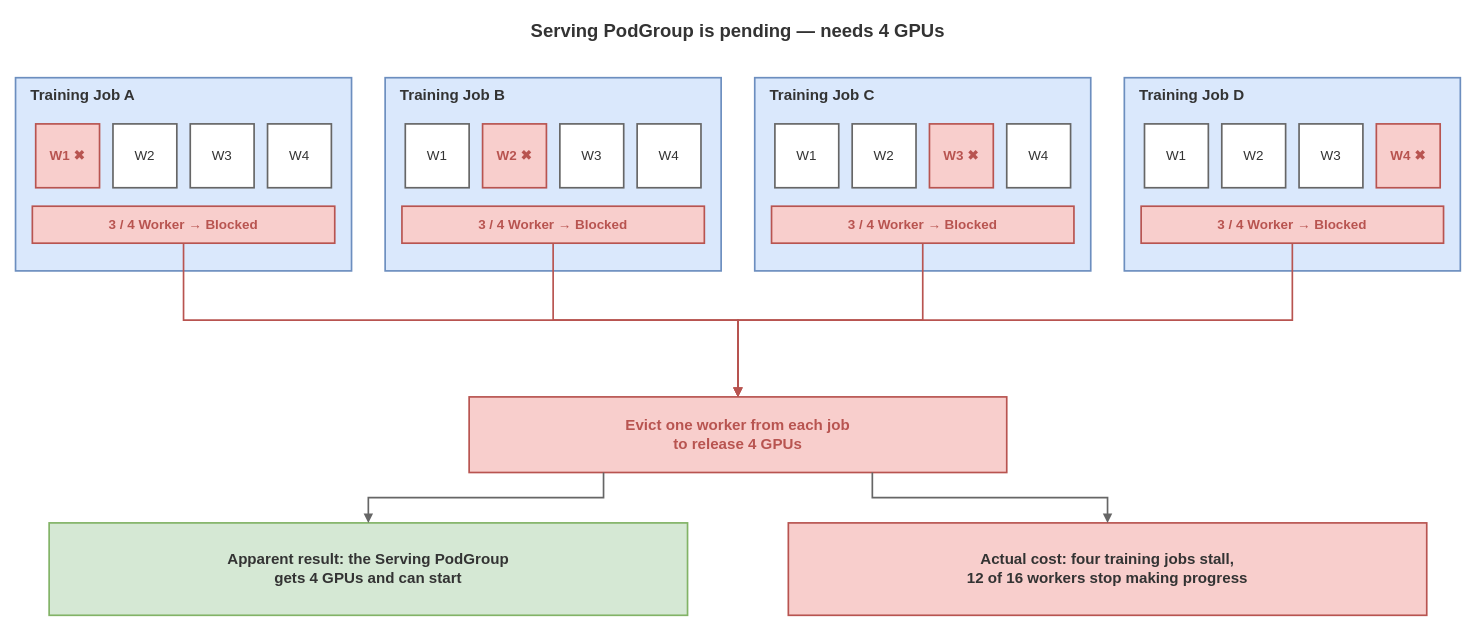
The draw.io diagram docs/images/kubecon-china-2026/slide-10-pod-level-eviction-failure.drawio in JesseStutler/volcano, before the edit. Source tidied: cells renumbered, new cells numbered last; positions are measured from the earlier drawing's top-left corner, leaving out a move shared by most shapes. Both pictures are drawn from the tidied source at 84%, with x=0, y=0 at pixel (15, 14).
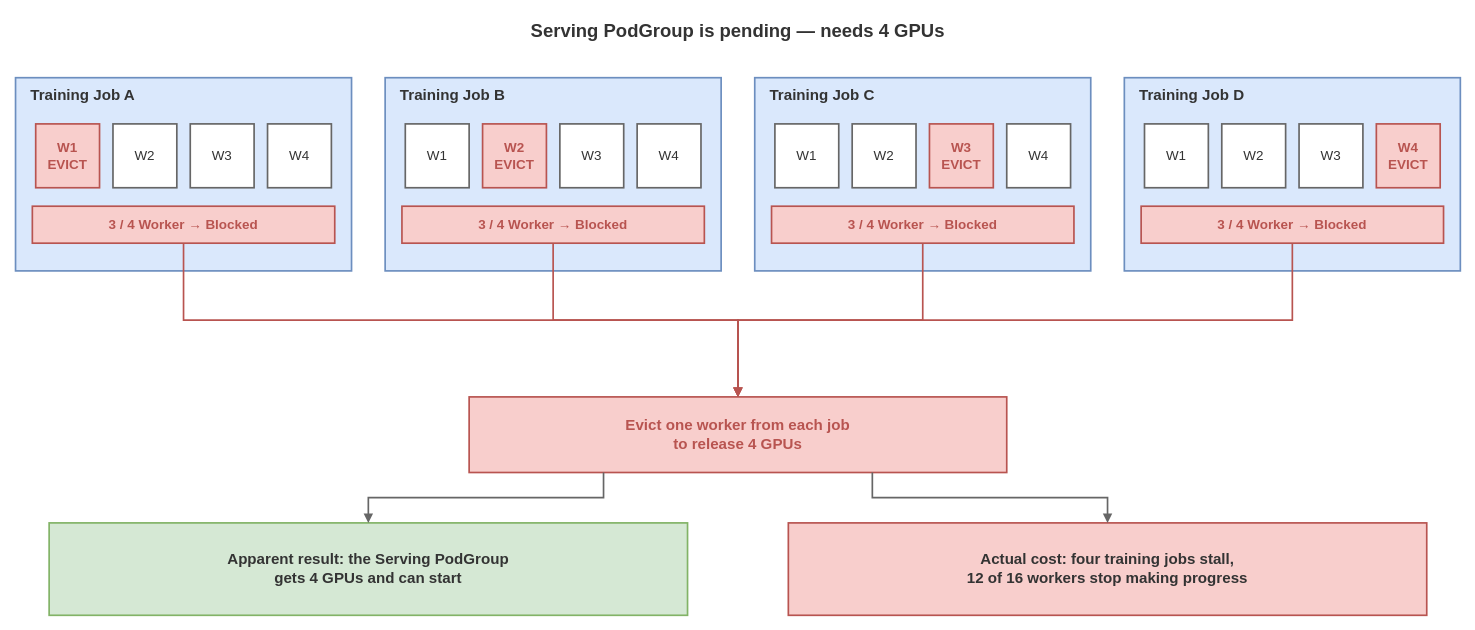
After the change.

Change to the diagram source:
```diff
@@
-    <mxCell id="5" value="W1 ✖" style="rounded=0;whiteSpace=wrap;html=1;fillColor=#f8cecc;strokeColor=#b85450;strokeWidth=2;fontFamily=Helvetica;fontSize=16;align=center;verticalAlign=middle;fontColor=#b85450;fontStyle=1;" parent="1" vertex="1">
+    <mxCell id="5" value="&lt;b&gt;W1&lt;/b&gt;&lt;br&gt;&lt;font color=&quot;#b85450&quot;&gt;EVICT&lt;/font&gt;" style="rounded=0;whiteSpace=wrap;html=1;fillColor=#f8cecc;strokeColor=#b85450;strokeWidth=2;fontFamily=Helvetica;fontSize=16;align=center;verticalAlign=middle;fontColor=#b85450;fontStyle=1;" parent="1" vertex="1">
       <mxGeometry x="24" y="130" width="76" height="76" as="geometry" />
     </mxCell>
@@
-    <mxCell id="13" value="W2 ✖" style="rounded=0;whiteSpace=wrap;html=1;fillColor=#f8cecc;strokeColor=#b85450;strokeWidth=2;fontFamily=Helvetica;fontSize=16;align=center;verticalAlign=middle;fontColor=#b85450;fontStyle=1;" parent="1" vertex="1">
+    <mxCell id="13" value="&lt;b&gt;W2&lt;/b&gt;&lt;br&gt;&lt;font color=&quot;#b85450&quot;&gt;EVICT&lt;/font&gt;" style="rounded=0;whiteSpace=wrap;html=1;fillColor=#f8cecc;strokeColor=#b85450;strokeWidth=2;fontFamily=Helvetica;fontSize=16;align=center;verticalAlign=middle;fontColor=#b85450;fontStyle=1;" parent="1" vertex="1">
       <mxGeometry x="556" y="130" width="76" height="76" as="geometry" />
     </mxCell>
@@
-    <mxCell id="21" value="W3 ✖" style="rounded=0;whiteSpace=wrap;html=1;fillColor=#f8cecc;strokeColor=#b85450;strokeWidth=2;fontFamily=Helvetica;fontSize=16;align=center;verticalAlign=middle;fontColor=#b85450;fontStyle=1;" parent="1" vertex="1">
+    <mxCell id="21" value="&lt;b&gt;W3&lt;/b&gt;&lt;br&gt;&lt;font color=&quot;#b85450&quot;&gt;EVICT&lt;/font&gt;" style="rounded=0;whiteSpace=wrap;html=1;fillColor=#f8cecc;strokeColor=#b85450;strokeWidth=2;fontFamily=Helvetica;fontSize=16;align=center;verticalAlign=middle;fontColor=#b85450;fontStyle=1;" parent="1" vertex="1">
       <mxGeometry x="1088" y="130" width="76" height="76" as="geometry" />
     </mxCell>
@@
-    <mxCell id="29" value="W4 ✖" style="rounded=0;whiteSpace=wrap;html=1;fillColor=#f8cecc;strokeColor=#b85450;strokeWidth=2;fontFamily=Helvetica;fontSize=16;align=center;verticalAlign=middle;fontColor=#b85450;fontStyle=1;" parent="1" vertex="1">
+    <mxCell id="29" value="&lt;b&gt;W4&lt;/b&gt;&lt;br&gt;&lt;font color=&quot;#b85450&quot;&gt;EVICT&lt;/font&gt;" style="rounded=0;whiteSpace=wrap;html=1;fillColor=#f8cecc;strokeColor=#b85450;strokeWidth=2;fontFamily=Helvetica;fontSize=16;align=center;verticalAlign=middle;fontColor=#b85450;fontStyle=1;" parent="1" vertex="1">
       <mxGeometry x="1620" y="130" width="76" height="76" as="geometry" />
     </mxCell>
```
